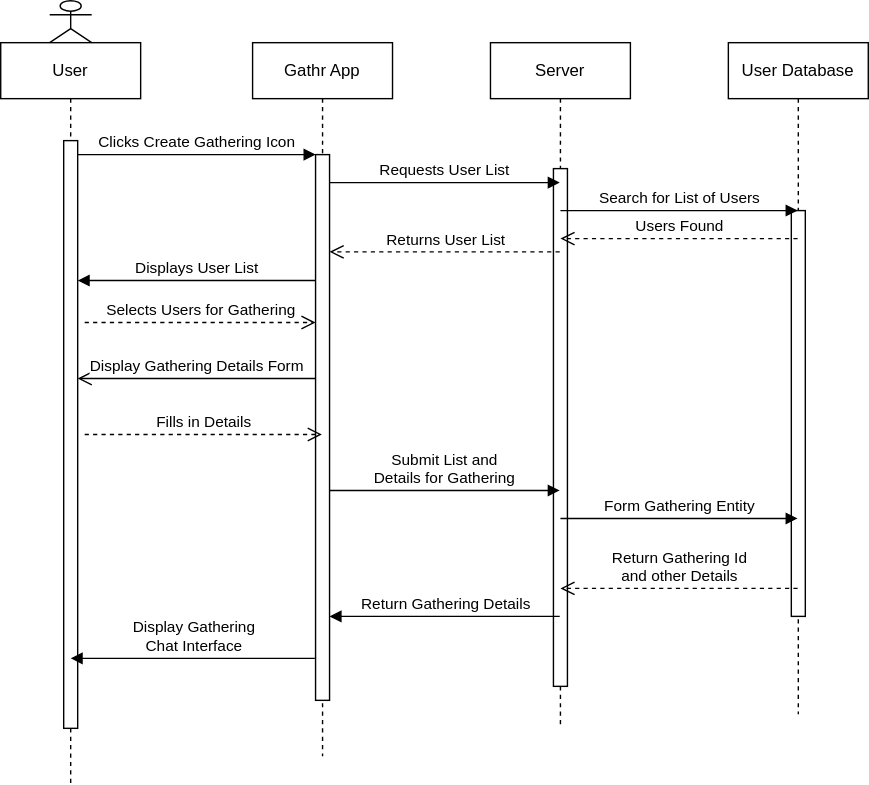
Adama-merson/UML-Diagrams keeps this draw.io diagram as SignUp/LogIn.drawio.svg. Above is the earlier version. Source tidied: cells renumbered, new cells last; positions are measured from the earlier drawing's top-left corner, leaving out a move shared by most shapes.
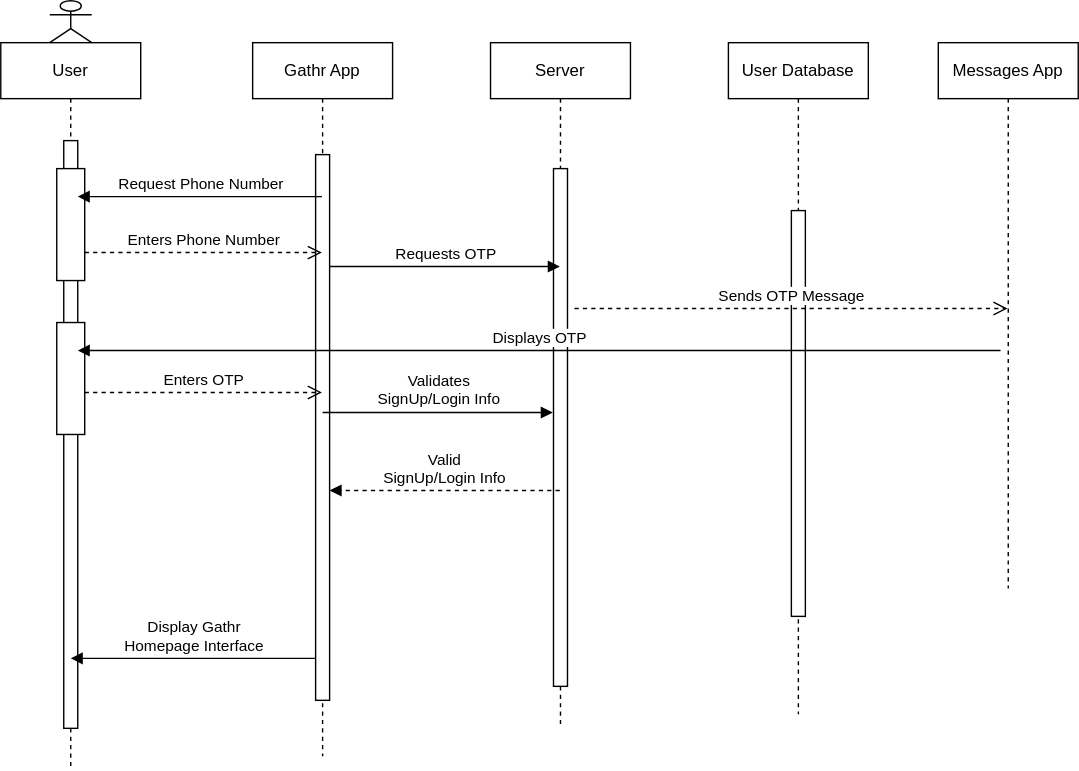
Later version of the same file.

Change to the diagram source:
```diff
@@ -3,49 +3,23 @@
     <mxCell id="0" />
     <mxCell id="1" parent="0" />
     <mxCell id="2" value="User" style="shape=umlLifeline;perimeter=lifelinePerimeter;whiteSpace=wrap;html=1;newEdgeStyle={&quot;edgeStyle&quot;:&quot;elbowEdgeStyle&quot;,&quot;elbow&quot;:&quot;vertical&quot;,&quot;curved&quot;:0,&quot;rounded&quot;:0};" parent="1" vertex="1">
-      <mxGeometry y="30" width="100" height="530" as="geometry" />
+      <mxGeometry y="30" width="100" height="520" as="geometry" />
     </mxCell>
     <mxCell id="3" style="html=1;points=[];perimeter=orthogonalPerimeter;outlineConnect=0;targetShapes=umlLifeline;portConstraint=eastwest;newEdgeStyle={&quot;edgeStyle&quot;:&quot;elbowEdgeStyle&quot;,&quot;elbow&quot;:&quot;vertical&quot;,&quot;curved&quot;:0,&quot;rounded&quot;:0};" parent="2" vertex="1">
       <mxGeometry x="45" y="70" width="10" height="420" as="geometry" />
     </mxCell>
+    <mxCell id="25" style="html=1;perimeter=orthogonalPerimeter;targetShapes=umlLifeline;newEdgeStyle={&quot;curved&quot;:0,&quot;rounded&quot;:0};" parent="2" vertex="1">
+      <mxGeometry x="40" y="90" width="20" height="80" as="geometry" />
+    </mxCell>
+    <mxCell id="26" style="html=1;perimeter=orthogonalPerimeter;targetShapes=umlLifeline;newEdgeStyle={&quot;curved&quot;:0,&quot;rounded&quot;:0};" parent="2" vertex="1">
+      <mxGeometry x="40" y="200" width="20" height="80" as="geometry" />
+    </mxCell>
     <mxCell id="4" value="Gathr App" style="shape=umlLifeline;perimeter=lifelinePerimeter;whiteSpace=wrap;html=1;outlineConnect=0;portConstraint=eastwest;newEdgeStyle={&quot;edgeStyle&quot;:&quot;elbowEdgeStyle&quot;,&quot;elbow&quot;:&quot;vertical&quot;,&quot;curved&quot;:0,&quot;rounded&quot;:0};" parent="1" vertex="1">
       <mxGeometry x="180" y="30" width="100" height="510" as="geometry" />
     </mxCell>
     <mxCell id="5" style="html=1;points=[];perimeter=orthogonalPerimeter;outlineConnect=0;targetShapes=umlLifeline;portConstraint=eastwest;newEdgeStyle={&quot;edgeStyle&quot;:&quot;elbowEdgeStyle&quot;,&quot;elbow&quot;:&quot;vertical&quot;,&quot;curved&quot;:0,&quot;rounded&quot;:0};" parent="4" vertex="1">
       <mxGeometry x="45" y="80" width="10" height="390" as="geometry" />
     </mxCell>
-    <mxCell id="6" value="Clicks Create Gathering Icon" style="html=1;verticalAlign=bottom;endArrow=block;edgeStyle=elbowEdgeStyle;elbow=vertical;curved=0;rounded=0;" parent="1" edge="1" source="3" target="5">
-      <mxGeometry relative="1" as="geometry">
-        <Array as="points">
-          <mxPoint x="140" y="110" />
-        </Array>
-      </mxGeometry>
-    </mxCell>
-    <mxCell id="7" value="Display Gathering Details Form" style="html=1;verticalAlign=bottom;endArrow=open;dashed=0;endSize=8;edgeStyle=elbowEdgeStyle;elbow=vertical;curved=0;rounded=0;" parent="1" edge="1" source="5" target="3">
-      <mxGeometry relative="1" as="geometry">
-        <Array as="points">
-          <mxPoint x="150" y="270" />
-        </Array>
-      </mxGeometry>
-    </mxCell>
-    <mxCell id="8" value="Displays User List" style="html=1;verticalAlign=bottom;endArrow=block;edgeStyle=elbowEdgeStyle;elbow=vertical;curved=0;rounded=0;" parent="1" edge="1">
-      <mxGeometry relative="1" as="geometry">
-        <mxPoint x="225" y="200" as="sourcePoint" />
-        <mxPoint x="55" y="200" as="targetPoint" />
-        <Array as="points">
-          <mxPoint x="150" y="200" />
-        </Array>
-      </mxGeometry>
-    </mxCell>
-    <mxCell id="9" value="Selects Users for Gathering" style="html=1;verticalAlign=bottom;endArrow=open;dashed=1;endSize=8;edgeStyle=elbowEdgeStyle;elbow=vertical;curved=0;rounded=0;" parent="1" edge="1">
-      <mxGeometry relative="1" as="geometry">
-        <mxPoint x="60" y="230" as="sourcePoint" />
-        <mxPoint x="225" y="230" as="targetPoint" />
-        <Array as="points">
-          <mxPoint x="140" y="230" />
-        </Array>
-      </mxGeometry>
-    </mxCell>
     <mxCell id="10" style="shape=umlActor;verticalLabelPosition=bottom;verticalAlign=top;html=1;" parent="1" vertex="1">
       <mxGeometry x="35" width="30" height="30" as="geometry" />
     </mxCell>
@@ -55,71 +29,67 @@
     <mxCell id="12" style="html=1;perimeter=orthogonalPerimeter;targetShapes=umlLifeline;newEdgeStyle={&quot;curved&quot;:0,&quot;rounded&quot;:0};" parent="11" vertex="1">
       <mxGeometry x="45" y="90" width="10" height="370" as="geometry" />
     </mxCell>
-    <mxCell id="13" value="Requests User List" style="html=1;verticalAlign=bottom;endArrow=block;curved=0;rounded=0;" parent="1" edge="1">
+    <mxCell id="13" value="Requests OTP" style="html=1;verticalAlign=bottom;endArrow=block;curved=0;rounded=0;" parent="1" edge="1">
       <mxGeometry relative="1" as="geometry">
-        <mxPoint x="235" y="130" as="sourcePoint" />
-        <mxPoint x="399.5" y="130" as="targetPoint" />
+        <mxPoint x="235" y="190" as="sourcePoint" />
+        <mxPoint x="399.5" y="190" as="targetPoint" />
       </mxGeometry>
     </mxCell>
-    <mxCell id="14" value="Returns User List" style="html=1;verticalAlign=bottom;endArrow=open;dashed=1;endSize=8;curved=0;rounded=0;" parent="1" edge="1">
-      <mxGeometry relative="1" as="geometry">
-        <mxPoint x="399.5" y="179.5" as="sourcePoint" />
-        <mxPoint x="235" y="179.5" as="targetPoint" />
-      </mxGeometry>
-    </mxCell>
     <mxCell id="15" value="User Database" style="shape=umlLifeline;perimeter=lifelinePerimeter;whiteSpace=wrap;html=1;outlineConnect=0;portConstraint=eastwest;newEdgeStyle={&quot;curved&quot;:0,&quot;rounded&quot;:0};" parent="1" vertex="1">
       <mxGeometry x="520" y="30" width="100" height="480" as="geometry" />
     </mxCell>
     <mxCell id="16" style="html=1;perimeter=orthogonalPerimeter;targetShapes=umlLifeline;newEdgeStyle={&quot;curved&quot;:0,&quot;rounded&quot;:0};" parent="15" vertex="1">
       <mxGeometry x="45" y="120" width="10" height="290" as="geometry" />
     </mxCell>
-    <mxCell id="17" value="Search for List of Users" style="html=1;verticalAlign=bottom;endArrow=block;curved=0;rounded=0;" parent="1" edge="1" target="15">
-      <mxGeometry relative="1" as="geometry">
-        <mxPoint x="400" y="150" as="sourcePoint" />
-      </mxGeometry>
-    </mxCell>
-    <mxCell id="18" value="Users Found" style="html=1;verticalAlign=bottom;endArrow=open;dashed=1;endSize=8;curved=0;rounded=0;" parent="1" edge="1">
-      <mxGeometry relative="1" as="geometry">
-        <mxPoint x="569.5" y="170" as="sourcePoint" />
-        <mxPoint x="400" y="170" as="targetPoint" />
-      </mxGeometry>
-    </mxCell>
-    <mxCell id="19" value="Submit List and&lt;br&gt; Details for Gathering" style="html=1;verticalAlign=bottom;endArrow=block;curved=0;rounded=0;" parent="1" edge="1">
+    <mxCell id="19" value="Valid &lt;br&gt;SignUp/Login Info" style="html=1;verticalAlign=bottom;endArrow=block;curved=0;rounded=0;dashed=1;" parent="1" edge="1">
       <mxGeometry relative="1" as="geometry">
-        <mxPoint x="235" y="350" as="sourcePoint" />
-        <mxPoint x="399.5" y="350" as="targetPoint" />
+        <mxPoint x="399.5" y="350" as="sourcePoint" />
+        <mxPoint x="235" y="350" as="targetPoint" />
       </mxGeometry>
     </mxCell>
-    <mxCell id="20" value="Fills in Details" style="html=1;verticalAlign=bottom;endArrow=open;dashed=1;endSize=8;curved=0;rounded=0;" parent="1" edge="1" target="4">
-      <mxGeometry relative="1" as="geometry">
-        <mxPoint x="60" y="310" as="sourcePoint" />
-      </mxGeometry>
-    </mxCell>
-    <mxCell id="21" value="Form Gathering Entity" style="html=1;verticalAlign=bottom;endArrow=block;curved=0;rounded=0;" parent="1" edge="1" target="15">
-      <mxGeometry relative="1" as="geometry">
-        <mxPoint x="400" y="370" as="sourcePoint" />
-      </mxGeometry>
-    </mxCell>
-    <mxCell id="22" value="Return Gathering Id&lt;br&gt; and other Details" style="html=1;verticalAlign=bottom;endArrow=open;dashed=1;endSize=8;curved=0;rounded=0;" parent="1" edge="1" source="15">
-      <mxGeometry relative="1" as="geometry">
-        <mxPoint x="400" y="420" as="targetPoint" />
-        <Array as="points">
-          <mxPoint x="440" y="420" />
-        </Array>
-      </mxGeometry>
-    </mxCell>
-    <mxCell id="23" value="Return Gathering Details" style="html=1;verticalAlign=bottom;endArrow=block;curved=0;rounded=0;" parent="1" edge="1" source="11" target="5">
-      <mxGeometry relative="1" as="geometry">
-        <Array as="points">
-          <mxPoint x="340.5" y="440" />
-        </Array>
-      </mxGeometry>
-    </mxCell>
-    <mxCell id="24" value="Display Gathering &lt;br&gt;Chat Interface" style="html=1;verticalAlign=bottom;endArrow=block;curved=0;rounded=0;" parent="1" edge="1">
+    <mxCell id="24" value="Display Gathr&lt;br&gt;Homepage Interface" style="html=1;verticalAlign=bottom;endArrow=block;curved=0;rounded=0;" parent="1" edge="1">
       <mxGeometry relative="1" as="geometry">
         <mxPoint x="224.5" y="470" as="sourcePoint" />
         <mxPoint x="50" y="470" as="targetPoint" />
       </mxGeometry>
     </mxCell>
+    <mxCell id="27" value="Request Phone Number" style="html=1;verticalAlign=bottom;endArrow=block;curved=0;rounded=0;entryX=1;entryY=0;entryDx=0;entryDy=5;" parent="1" edge="1">
+      <mxGeometry relative="1" as="geometry">
+        <mxPoint x="229.5" y="140" as="sourcePoint" />
+        <mxPoint x="55" y="140" as="targetPoint" />
+      </mxGeometry>
+    </mxCell>
+    <mxCell id="28" value="Enters Phone Number" style="html=1;verticalAlign=bottom;endArrow=open;dashed=1;endSize=8;curved=0;rounded=0;exitX=1;exitY=1;exitDx=0;exitDy=-5;" parent="1" edge="1">
+      <mxGeometry relative="1" as="geometry">
+        <mxPoint x="60" y="180" as="sourcePoint" />
+        <mxPoint x="229.5" y="180" as="targetPoint" />
+      </mxGeometry>
+    </mxCell>
+    <mxCell id="29" value="Validates &lt;br&gt;SignUp/Login Info" style="html=1;verticalAlign=bottom;endArrow=block;curved=0;rounded=0;" parent="1" edge="1">
+      <mxGeometry relative="1" as="geometry">
+        <mxPoint x="230" y="294.3" as="sourcePoint" />
+        <mxPoint x="394.5" y="294.3" as="targetPoint" />
+      </mxGeometry>
+    </mxCell>
+    <mxCell id="30" value="Enters OTP" style="html=1;verticalAlign=bottom;endArrow=open;dashed=1;endSize=8;curved=0;rounded=0;exitX=1;exitY=1;exitDx=0;exitDy=-5;" parent="1" edge="1">
+      <mxGeometry relative="1" as="geometry">
+        <mxPoint x="60" y="280" as="sourcePoint" />
+        <mxPoint x="229.5" y="280" as="targetPoint" />
+      </mxGeometry>
+    </mxCell>
+    <mxCell id="31" value="Sends OTP Message" style="html=1;verticalAlign=bottom;endArrow=open;dashed=1;endSize=8;curved=0;rounded=0;" parent="1" edge="1" target="32">
+      <mxGeometry relative="1" as="geometry">
+        <mxPoint x="410" y="220" as="sourcePoint" />
+      </mxGeometry>
+    </mxCell>
+    <mxCell id="32" value="Messages App" style="shape=umlLifeline;perimeter=lifelinePerimeter;whiteSpace=wrap;html=1;outlineConnect=0;portConstraint=eastwest;newEdgeStyle={&quot;curved&quot;:0,&quot;rounded&quot;:0};" parent="1" vertex="1">
+      <mxGeometry x="670" y="30" width="100" height="390" as="geometry" />
+    </mxCell>
+    <mxCell id="33" value="Displays OTP" style="html=1;verticalAlign=bottom;endArrow=block;curved=0;rounded=0;entryX=1;entryY=0;entryDx=0;entryDy=5;" parent="1" edge="1">
+      <mxGeometry relative="1" as="geometry">
+        <mxPoint x="714.5" y="250" as="sourcePoint" />
+        <mxPoint x="55" y="250" as="targetPoint" />
+      </mxGeometry>
+    </mxCell>
   </root>
 </mxGraphModel>
```
